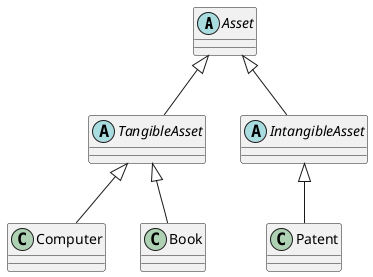
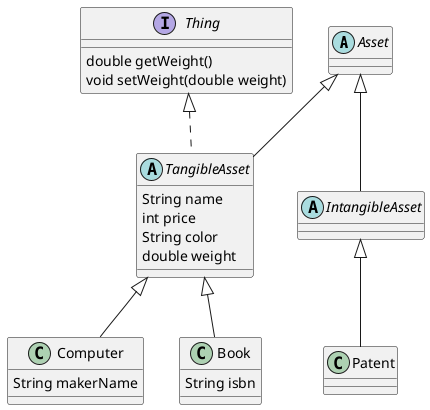
@startuml
'https://plantuml.com/class-diagram

abstract class Asset
- abstract class TangibleAsset
+ abstract class TangibleAsset{
+     String name
+     int price
+     String color
+     double weight
+ }
abstract class IntangibleAsset
- class Computer
- class Book
+ interface Thing{
+     double getWeight()
+     void setWeight(double weight)
+ }
+ class Computer{
+     String makerName
+ }
+ class Book{
+     String isbn
+ }
class Patent


Asset <|-- TangibleAsset
Asset <|-- IntangibleAsset
TangibleAsset <|-- Computer
TangibleAsset <|-- Book
IntangibleAsset <|-- Patent
- 
+ Thing <|.. TangibleAsset

@enduml